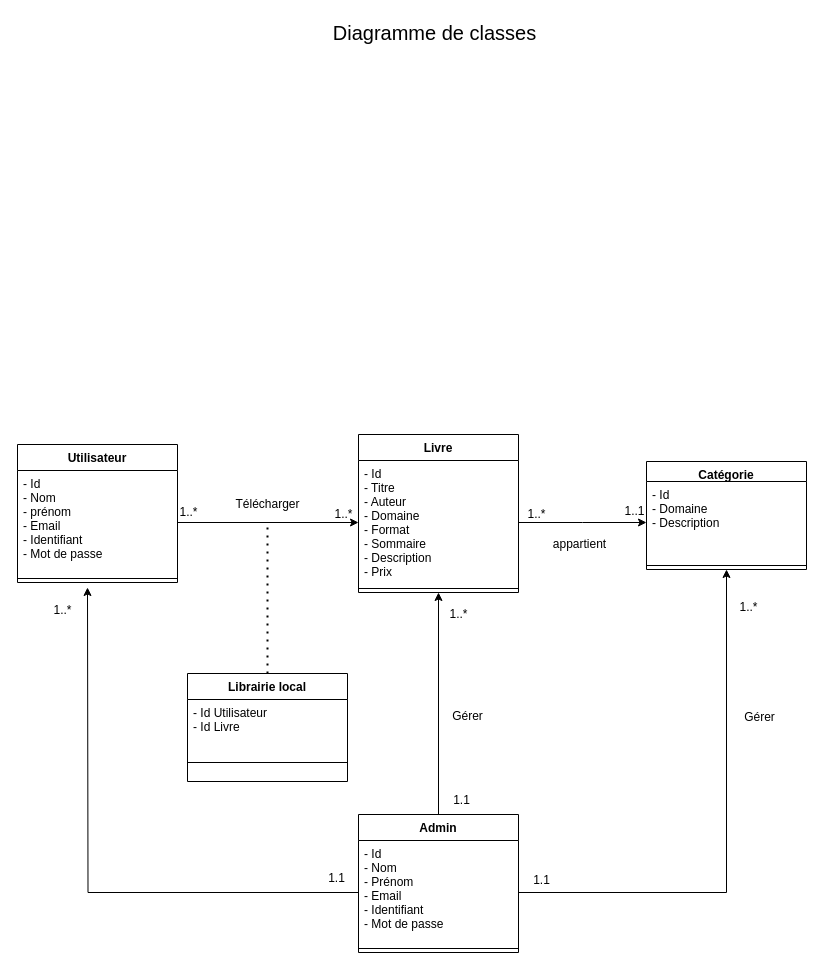
keidy001/virtual-biblio keeps this draw.io diagram as page "Diagramme de classe" (7 of 18) of Untitled Diagram.drawio. Above is the earlier version. Source tidied: cells renumbered, new cells numbered last; positions are measured from the earlier drawing's top-left corner, leaving out a move shared by most shapes. Both pictures are drawn from the tidied source at 100%, with x=0, y=0 at pixel (17, 17).
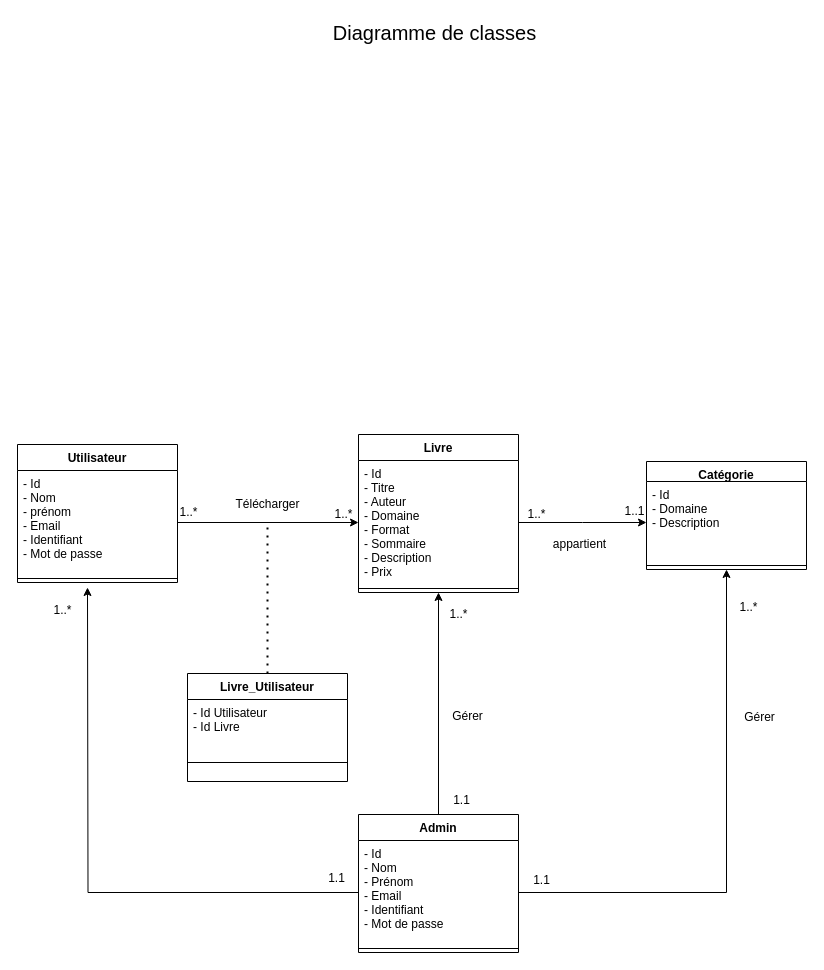
After the change.

Change to the diagram source:
```diff
@@
-    <mxCell id="13" value="Librairie local" style="swimlane;fontStyle=1;align=center;verticalAlign=top;horizontal=1;startSize=26;fillColor=default;gradientColor=none;" parent="1" vertex="1">
+    <mxCell id="13" value="Livre_Utilisateur" style="swimlane;fontStyle=1;align=center;verticalAlign=top;horizontal=1;startSize=26;fillColor=default;gradientColor=none;" parent="1" vertex="1">
       <mxGeometry x="170" y="656" width="160" height="108" as="geometry" />
     </mxCell>
```
